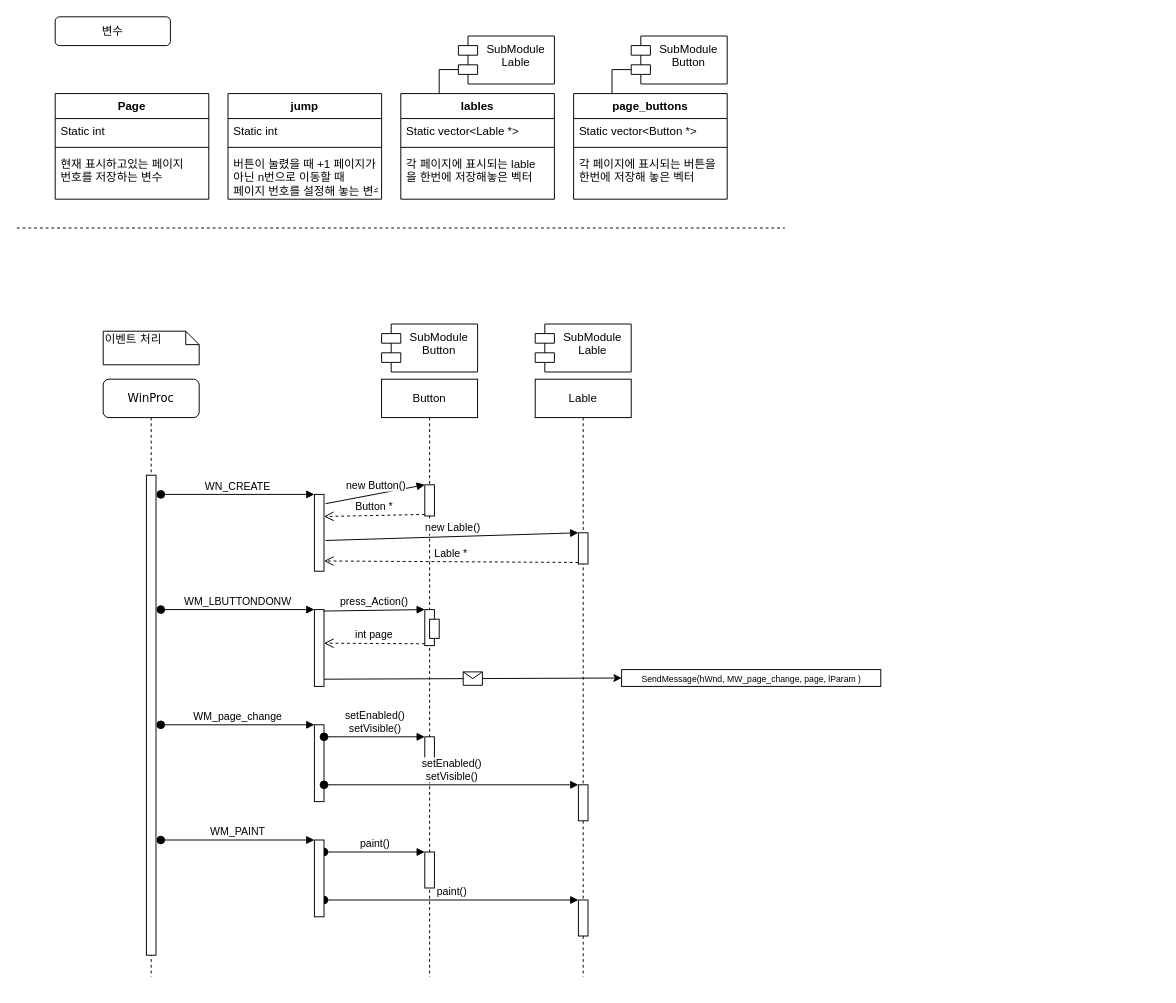
Above: page "WinProc 시스템 흐름" (6 of 6) of Untitled Diagram.drawio in yuhan-os-security/Journaling_game (draw.io), before the change. Source tidied: cells renumbered, new cells numbered last; positions are measured from the earlier drawing's top-left corner, leaving out a move shared by most shapes. Both pictures are drawn from the tidied source at 96%, with x=0, y=0 at pixel (16, 16).
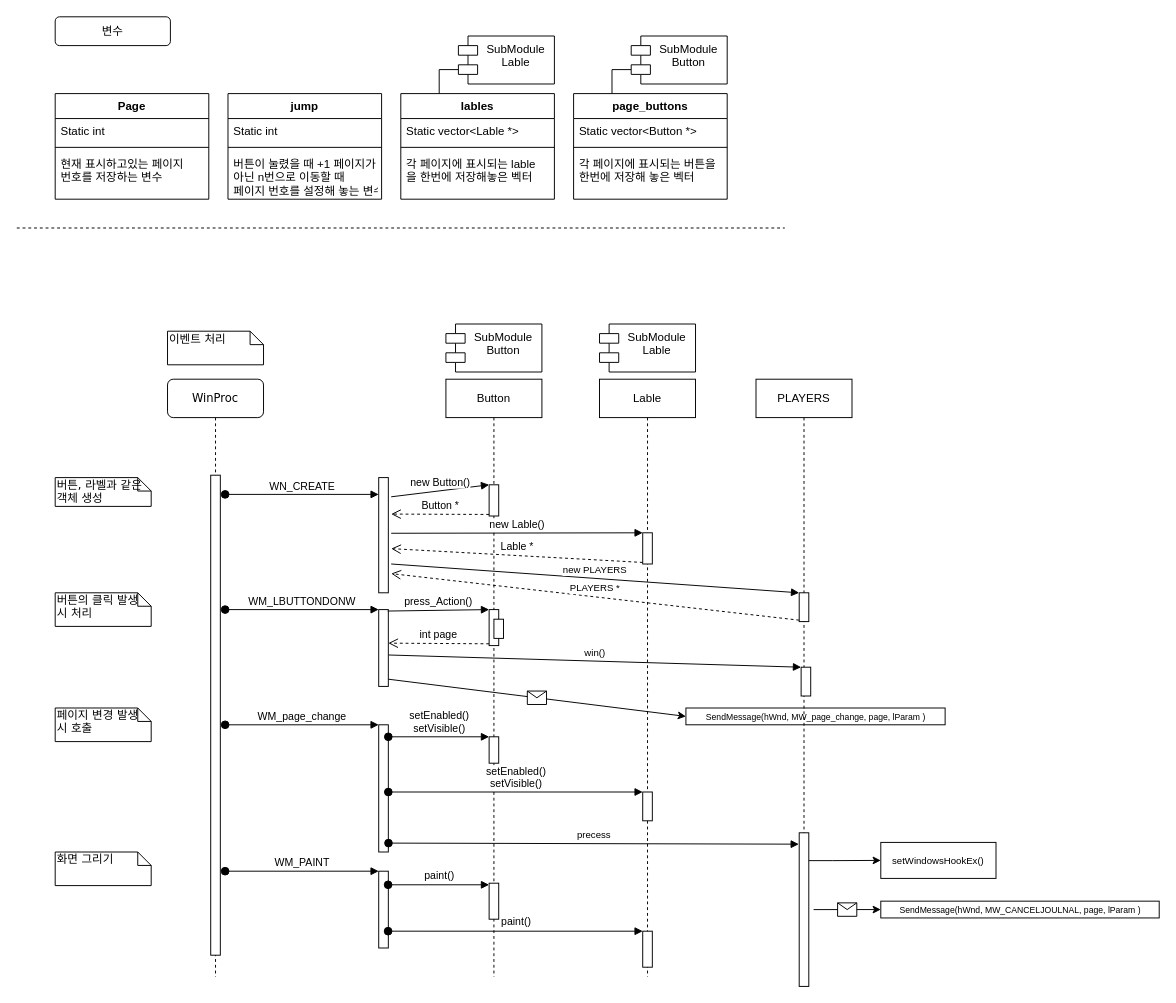
Above is the later version.

Unchanged cells that the change refers to:
```xml
<mxCell id="14" style="html=1;points=[];perimeter=orthogonalPerimeter;" parent="13" vertex="1">
  <mxGeometry x="45" y="110" width="10" height="32.5" as="geometry" />
</mxCell>
<mxCell id="25" style="html=1;points=[];perimeter=orthogonalPerimeter;" parent="24" vertex="1">
  <mxGeometry x="45" y="160" width="10" height="32.5" as="geometry" />
</mxCell>
```

The edit, as a diff of the source:
```diff
@@
     <mxCell id="2" value="WinProc" style="shape=umlLifeline;perimeter=lifelinePerimeter;whiteSpace=wrap;html=1;rounded=1;shadow=0;comic=0;labelBackgroundColor=none;strokeWidth=1;fontFamily=Verdana;fontSize=12;align=center;" parent="1" vertex="1">
-      <mxGeometry x="90" y="377.5" width="100" height="622.5" as="geometry" />
+      <mxGeometry x="157" y="377.5" width="100" height="622.5" as="geometry" />
     </mxCell>
@@
     <mxCell id="4" value="이벤트 처리" style="shape=note;whiteSpace=wrap;html=1;size=14;verticalAlign=top;align=left;spacingTop=-6;rounded=0;shadow=0;comic=0;labelBackgroundColor=none;strokeWidth=1;fontFamily=Verdana;fontSize=12;" parent="1" vertex="1">
-      <mxGeometry x="90" y="327.5" width="100" height="35" as="geometry" />
+      <mxGeometry x="157" y="327.5" width="100" height="35" as="geometry" />
     </mxCell>
     <mxCell id="5" style="html=1;points=[];perimeter=orthogonalPerimeter;" parent="1" vertex="1">
-      <mxGeometry x="310" y="497.5" width="10" height="80" as="geometry" />
+      <mxGeometry x="377" y="480" width="10" height="120" as="geometry" />
     </mxCell>
     <mxCell id="6" value="WN_CREATE" style="html=1;verticalAlign=bottom;startArrow=oval;endArrow=block;startSize=8;rounded=0;" parent="1" edge="1" target="5">
       <mxGeometry relative="1" as="geometry">
-        <mxPoint x="150" y="497.5" as="sourcePoint" />
+        <mxPoint x="217" y="497.5" as="sourcePoint" />
       </mxGeometry>
     </mxCell>
     <mxCell id="7" style="html=1;points=[];perimeter=orthogonalPerimeter;" parent="1" vertex="1">
-      <mxGeometry x="310" y="617.5" width="10" height="80" as="geometry" />
+      <mxGeometry x="377" y="617.5" width="10" height="80" as="geometry" />
     </mxCell>
     <mxCell id="8" value="WM_LBUTTONDONW" style="html=1;verticalAlign=bottom;startArrow=oval;endArrow=block;startSize=8;rounded=0;" parent="1" edge="1" target="7">
       <mxGeometry relative="1" as="geometry">
-        <mxPoint x="150" y="617.5" as="sourcePoint" />
+        <mxPoint x="217" y="617.5" as="sourcePoint" />
       </mxGeometry>
     </mxCell>
     <mxCell id="9" style="html=1;points=[];perimeter=orthogonalPerimeter;" parent="1" vertex="1">
-      <mxGeometry x="310" y="737.5" width="10" height="80" as="geometry" />
+      <mxGeometry x="377" y="737.5" width="10" height="132.5" as="geometry" />
     </mxCell>
     <mxCell id="10" value="WM_page_change" style="html=1;verticalAlign=bottom;startArrow=oval;endArrow=block;startSize=8;rounded=0;" parent="1" edge="1" target="9">
       <mxGeometry relative="1" as="geometry">
-        <mxPoint x="150" y="737.5" as="sourcePoint" />
+        <mxPoint x="217" y="737.5" as="sourcePoint" />
       </mxGeometry>
     </mxCell>
     <mxCell id="11" value="SubModule&#10;Button" style="shape=module;align=left;spacingLeft=20;align=center;verticalAlign=top;" parent="1" vertex="1">
-      <mxGeometry x="380" y="320" width="100" height="50" as="geometry" />
+      <mxGeometry x="447" y="320" width="100" height="50" as="geometry" />
     </mxCell>
     <mxCell id="12" value="SubModule&#10;Lable" style="shape=module;align=left;spacingLeft=20;align=center;verticalAlign=top;" parent="1" vertex="1">
-      <mxGeometry x="540" y="320" width="100" height="50" as="geometry" />
+      <mxGeometry x="607" y="320" width="100" height="50" as="geometry" />
     </mxCell>
     <mxCell id="13" value="Button" style="shape=umlLifeline;perimeter=lifelinePerimeter;whiteSpace=wrap;html=1;" parent="1" vertex="1">
-      <mxGeometry x="380" y="377.5" width="100" height="622.5" as="geometry" />
+      <mxGeometry x="447" y="377.5" width="100" height="622.5" as="geometry" />
     </mxCell>
@@
     <mxCell id="21" style="html=1;points=[];perimeter=orthogonalPerimeter;fontSize=11;" parent="13" vertex="1">
-      <mxGeometry x="45" y="492.5" width="10" height="37.5" as="geometry" />
+      <mxGeometry x="45" y="525" width="10" height="37.5" as="geometry" />
     </mxCell>
-    <mxCell id="22" value="paint()" style="html=1;verticalAlign=bottom;startArrow=oval;endArrow=block;startSize=8;rounded=0;fontSize=11;" parent="13" edge="1" target="21">
-      <mxGeometry relative="1" as="geometry">
-        <mxPoint x="-60" y="492.5" as="sourcePoint" />
-      </mxGeometry>
-    </mxCell>
-    <mxCell id="23" value="paint()" style="html=1;verticalAlign=bottom;startArrow=oval;endArrow=block;startSize=8;rounded=0;fontSize=11;" parent="13" edge="1" target="27">
-      <mxGeometry relative="1" as="geometry">
-        <mxPoint x="-60" y="542.5" as="sourcePoint" />
-      </mxGeometry>
-    </mxCell>
     <mxCell id="24" value="Lable" style="shape=umlLifeline;perimeter=lifelinePerimeter;whiteSpace=wrap;html=1;" parent="1" vertex="1">
-      <mxGeometry x="540" y="377.5" width="100" height="622.5" as="geometry" />
+      <mxGeometry x="607" y="377.5" width="100" height="622.5" as="geometry" />
     </mxCell>
@@
     <mxCell id="26" style="html=1;points=[];perimeter=orthogonalPerimeter;fontSize=11;" parent="24" vertex="1">
-      <mxGeometry x="45" y="422.5" width="10" height="37.5" as="geometry" />
+      <mxGeometry x="45" y="430" width="10" height="30" as="geometry" />
     </mxCell>
     <mxCell id="27" style="html=1;points=[];perimeter=orthogonalPerimeter;fontSize=11;" parent="24" vertex="1">
-      <mxGeometry x="45" y="542.5" width="10" height="37.5" as="geometry" />
+      <mxGeometry x="45" y="575" width="10" height="37.5" as="geometry" />
     </mxCell>
     <mxCell id="28" style="html=1;points=[];perimeter=orthogonalPerimeter;" parent="1" vertex="1">
-      <mxGeometry x="310" y="857.5" width="10" height="80" as="geometry" />
+      <mxGeometry x="377" y="890" width="10" height="80" as="geometry" />
     </mxCell>
     <mxCell id="29" value="WM_PAINT" style="html=1;verticalAlign=bottom;startArrow=oval;endArrow=block;startSize=8;rounded=0;" parent="1" edge="1" target="28">
       <mxGeometry relative="1" as="geometry">
-        <mxPoint x="150" y="857.5" as="sourcePoint" />
+        <mxPoint x="217" y="890" as="sourcePoint" />
       </mxGeometry>
     </mxCell>
-    <mxCell id="30" value="new Button()" style="html=1;verticalAlign=bottom;endArrow=block;entryX=0;entryY=0;rounded=0;exitX=1.167;exitY=0.121;exitDx=0;exitDy=0;exitPerimeter=0;" parent="1" edge="1" source="5" target="14">
-      <mxGeometry relative="1" as="geometry" />
+    <mxCell id="30" value="new Button()" style="html=1;verticalAlign=bottom;endArrow=block;entryX=0;entryY=0;rounded=0;" parent="1" edge="1" target="14">
+      <mxGeometry relative="1" as="geometry">
+        <mxPoint x="390" y="500" as="sourcePoint" />
+      </mxGeometry>
     </mxCell>
-    <mxCell id="31" value="Button *" style="html=1;verticalAlign=bottom;endArrow=open;dashed=1;endSize=8;exitX=0;exitY=0.95;rounded=0;entryX=1;entryY=0.288;entryDx=0;entryDy=0;entryPerimeter=0;" parent="1" edge="1" source="14" target="5">
-      <mxGeometry relative="1" as="geometry" />
+    <mxCell id="31" value="Button *" style="html=1;verticalAlign=bottom;endArrow=open;dashed=1;endSize=8;exitX=0;exitY=0.95;rounded=0;" parent="1" edge="1" source="14">
+      <mxGeometry relative="1" as="geometry">
+        <mxPoint x="390" y="518" as="targetPoint" />
+      </mxGeometry>
     </mxCell>
-    <mxCell id="32" value="new Lable()" style="html=1;verticalAlign=bottom;endArrow=block;entryX=0;entryY=0;rounded=0;exitX=1.167;exitY=0.6;exitDx=0;exitDy=0;exitPerimeter=0;" parent="1" edge="1" source="5" target="25">
-      <mxGeometry relative="1" as="geometry" />
+    <mxCell id="32" value="new Lable()" style="html=1;verticalAlign=bottom;endArrow=block;entryX=0;entryY=0;rounded=0;" parent="1" edge="1" target="25">
+      <mxGeometry relative="1" as="geometry">
+        <mxPoint x="390" y="538" as="sourcePoint" />
+      </mxGeometry>
     </mxCell>
-    <mxCell id="33" value="Lable *" style="html=1;verticalAlign=bottom;endArrow=open;dashed=1;endSize=8;exitX=0;exitY=0.95;rounded=0;entryX=1;entryY=0.867;entryDx=0;entryDy=0;entryPerimeter=0;" parent="1" edge="1" source="25" target="5">
-      <mxGeometry relative="1" as="geometry" />
+    <mxCell id="33" value="Lable *" style="html=1;verticalAlign=bottom;endArrow=open;dashed=1;endSize=8;exitX=0;exitY=0.95;rounded=0;" parent="1" edge="1" source="25">
+      <mxGeometry relative="1" as="geometry">
+        <mxPoint x="390" y="554" as="targetPoint" />
+      </mxGeometry>
     </mxCell>
@@
     <mxCell id="59" value="&lt;font style=&quot;font-size: 9px&quot;&gt;SendMessage(hWnd, MW_page_change, page, lParam )&lt;/font&gt;" style="html=1;" parent="1" vertex="1">
-      <mxGeometry x="630" y="680" width="270" height="17.5" as="geometry" />
+      <mxGeometry x="697" y="720" width="270" height="17.5" as="geometry" />
     </mxCell>
+    <mxCell id="60" value="PLAYERS" style="shape=umlLifeline;perimeter=lifelinePerimeter;whiteSpace=wrap;html=1;" parent="1" vertex="1">
+      <mxGeometry x="770" y="377.5" width="100" height="622.5" as="geometry" />
+    </mxCell>
+    <mxCell id="61" style="html=1;points=[];perimeter=orthogonalPerimeter;fontSize=10;" parent="60" vertex="1">
+      <mxGeometry x="45" y="472.5" width="10" height="160" as="geometry" />
+    </mxCell>
+    <mxCell id="62" style="html=1;points=[];perimeter=orthogonalPerimeter;fontSize=10;" parent="60" vertex="1">
+      <mxGeometry x="45" y="222.5" width="10" height="30" as="geometry" />
+    </mxCell>
+    <mxCell id="63" value="new PLAYERS" style="html=1;verticalAlign=bottom;endArrow=block;entryX=0;entryY=0;rounded=0;fontSize=10;" parent="60" edge="1" target="62">
+      <mxGeometry relative="1" as="geometry">
+        <mxPoint x="-380" y="192.5" as="sourcePoint" />
+      </mxGeometry>
+    </mxCell>
+    <mxCell id="64" value="PLAYERS *" style="html=1;verticalAlign=bottom;endArrow=open;dashed=1;endSize=8;exitX=0;exitY=0.95;rounded=0;fontSize=10;" parent="60" edge="1" source="62">
+      <mxGeometry relative="1" as="geometry">
+        <mxPoint x="-380" y="202.5" as="targetPoint" />
+      </mxGeometry>
+    </mxCell>
+    <mxCell id="65" style="html=1;points=[];perimeter=orthogonalPerimeter;fontSize=10;" parent="60" vertex="1">
+      <mxGeometry x="47" y="300" width="10" height="30" as="geometry" />
+    </mxCell>
+    <mxCell id="66" value="precess" style="html=1;verticalAlign=bottom;startArrow=oval;endArrow=block;startSize=8;rounded=0;fontSize=10;entryX=-0.037;entryY=0.074;entryDx=0;entryDy=0;entryPerimeter=0;exitX=1.019;exitY=0.93;exitDx=0;exitDy=0;exitPerimeter=0;" parent="1" edge="1" source="9" target="61">
+      <mxGeometry relative="1" as="geometry" />
+    </mxCell>
+    <mxCell id="22" value="paint()" style="html=1;verticalAlign=bottom;startArrow=oval;endArrow=block;startSize=8;rounded=0;fontSize=11;exitX=0.977;exitY=0.177;exitDx=0;exitDy=0;exitPerimeter=0;" parent="1" edge="1" source="28" target="21">
+      <mxGeometry relative="1" as="geometry" />
+    </mxCell>
+    <mxCell id="23" value="paint()" style="html=1;verticalAlign=bottom;startArrow=oval;endArrow=block;startSize=8;rounded=0;fontSize=11;exitX=0.977;exitY=0.781;exitDx=0;exitDy=0;exitPerimeter=0;" parent="1" edge="1" source="28" target="27">
+      <mxGeometry relative="1" as="geometry" />
+    </mxCell>
+    <mxCell id="67" value="버튼, 라벨과 같은 객체 생성" style="shape=note;whiteSpace=wrap;html=1;size=14;verticalAlign=top;align=left;spacingTop=-6;rounded=0;shadow=0;comic=0;labelBackgroundColor=none;strokeWidth=1;fontFamily=Verdana;fontSize=12;" parent="1" vertex="1">
+      <mxGeometry x="40" y="480" width="100" height="30" as="geometry" />
+    </mxCell>
+    <mxCell id="68" value="버튼의 클릭 발생 시 처리" style="shape=note;whiteSpace=wrap;html=1;size=14;verticalAlign=top;align=left;spacingTop=-6;rounded=0;shadow=0;comic=0;labelBackgroundColor=none;strokeWidth=1;fontFamily=Verdana;fontSize=12;" parent="1" vertex="1">
+      <mxGeometry x="40" y="600" width="100" height="35" as="geometry" />
+    </mxCell>
+    <mxCell id="69" value="페이지 변경 발생 시 호출" style="shape=note;whiteSpace=wrap;html=1;size=14;verticalAlign=top;align=left;spacingTop=-6;rounded=0;shadow=0;comic=0;labelBackgroundColor=none;strokeWidth=1;fontFamily=Verdana;fontSize=12;" parent="1" vertex="1">
+      <mxGeometry x="40" y="720" width="100" height="35" as="geometry" />
+    </mxCell>
+    <mxCell id="70" value="화면 그리기" style="shape=note;whiteSpace=wrap;html=1;size=14;verticalAlign=top;align=left;spacingTop=-6;rounded=0;shadow=0;comic=0;labelBackgroundColor=none;strokeWidth=1;fontFamily=Verdana;fontSize=12;" parent="1" vertex="1">
+      <mxGeometry x="40" y="870" width="100" height="35" as="geometry" />
+    </mxCell>
+    <mxCell id="71" value="&lt;font style=&quot;font-size: 10px&quot;&gt;setWindowsHookEx()&lt;br&gt;&lt;/font&gt;" style="whiteSpace=wrap;html=1;fontSize=10;" parent="1" vertex="1">
+      <mxGeometry x="900" y="860" width="120" height="37.5" as="geometry" />
+    </mxCell>
+    <mxCell id="72" style="endArrow=classic;html=1;rounded=0;entryX=0;entryY=0.5;entryDx=0;entryDy=0;" parent="1" edge="1" target="74">
+      <mxGeometry relative="1" as="geometry">
+        <mxPoint x="830" y="930" as="sourcePoint" />
+      </mxGeometry>
+    </mxCell>
+    <mxCell id="73" style="shape=message;html=1;" parent="72" vertex="1">
+      <mxGeometry width="20" height="14" relative="1" as="geometry">
+        <mxPoint x="-10" y="-7" as="offset" />
+      </mxGeometry>
+    </mxCell>
+    <mxCell id="74" value="&lt;font style=&quot;font-size: 9px&quot;&gt;SendMessage(hWnd, MW_CANCELJOULNAL, page, lParam )&lt;/font&gt;" style="html=1;" parent="1" vertex="1">
+      <mxGeometry x="900" y="921.2" width="290" height="17.5" as="geometry" />
+    </mxCell>
+    <mxCell id="75" style="edgeStyle=orthogonalEdgeStyle;rounded=0;jettySize=auto;html=1;fontSize=10;endArrow=classic;endFill=1;entryX=0;entryY=0.5;entryDx=0;entryDy=0;" parent="1" edge="1" source="61" target="71">
+      <mxGeometry relative="1" as="geometry">
+        <Array as="points">
+          <mxPoint x="850" y="879" />
+          <mxPoint x="850" y="879" />
+        </Array>
+      </mxGeometry>
+    </mxCell>
+    <mxCell id="76" value="win()" style="html=1;verticalAlign=bottom;endArrow=block;entryX=0;entryY=0;rounded=0;fontSize=10;exitX=1.035;exitY=0.591;exitDx=0;exitDy=0;exitPerimeter=0;" parent="1" edge="1" source="7" target="65">
+      <mxGeometry relative="1" as="geometry" />
+    </mxCell>
```
